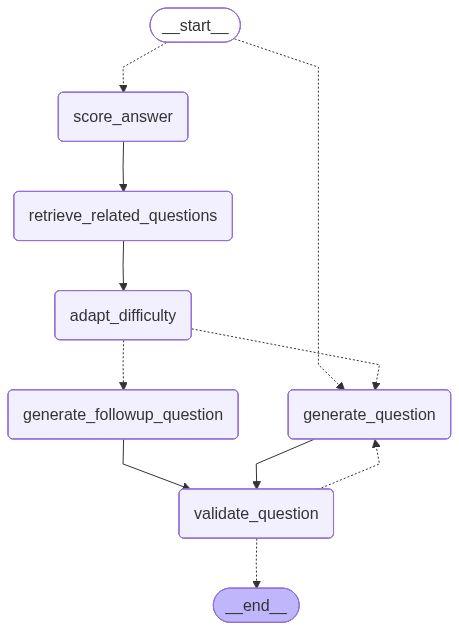
Before: backend/langgraph.png, a diagram exported from Mermaid (Janakrish1/MIA-MockInterviewAgent). Its source is kept beside it as backend/langgraph.mmd.
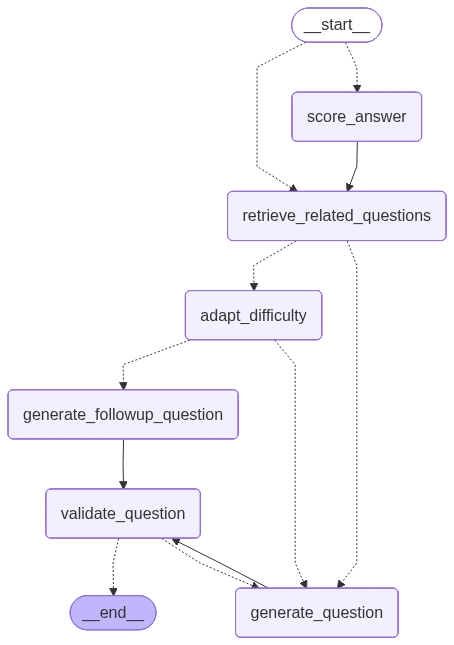
The same diagram one commit later.

Commit message:
Modified some prompts to adapt human behaviour

Change to the diagram source:
```diff
@@ -12,13 +12,14 @@
 	retrieve_related_questions(retrieve_related_questions)
 	adapt_difficulty(adapt_difficulty)
 	__end__([<p>__end__</p>]):::last
-	__start__ -.-> generate_question;
+	__start__ -.-> retrieve_related_questions;
 	__start__ -.-> score_answer;
 	adapt_difficulty -.-> generate_followup_question;
 	adapt_difficulty -.-> generate_question;
 	generate_followup_question --> validate_question;
 	generate_question --> validate_question;
-	retrieve_related_questions --> adapt_difficulty;
+	retrieve_related_questions -.-> adapt_difficulty;
+	retrieve_related_questions -.-> generate_question;
 	score_answer --> retrieve_related_questions;
 	validate_question -.-> __end__;
 	validate_question -.-> generate_question;
```
